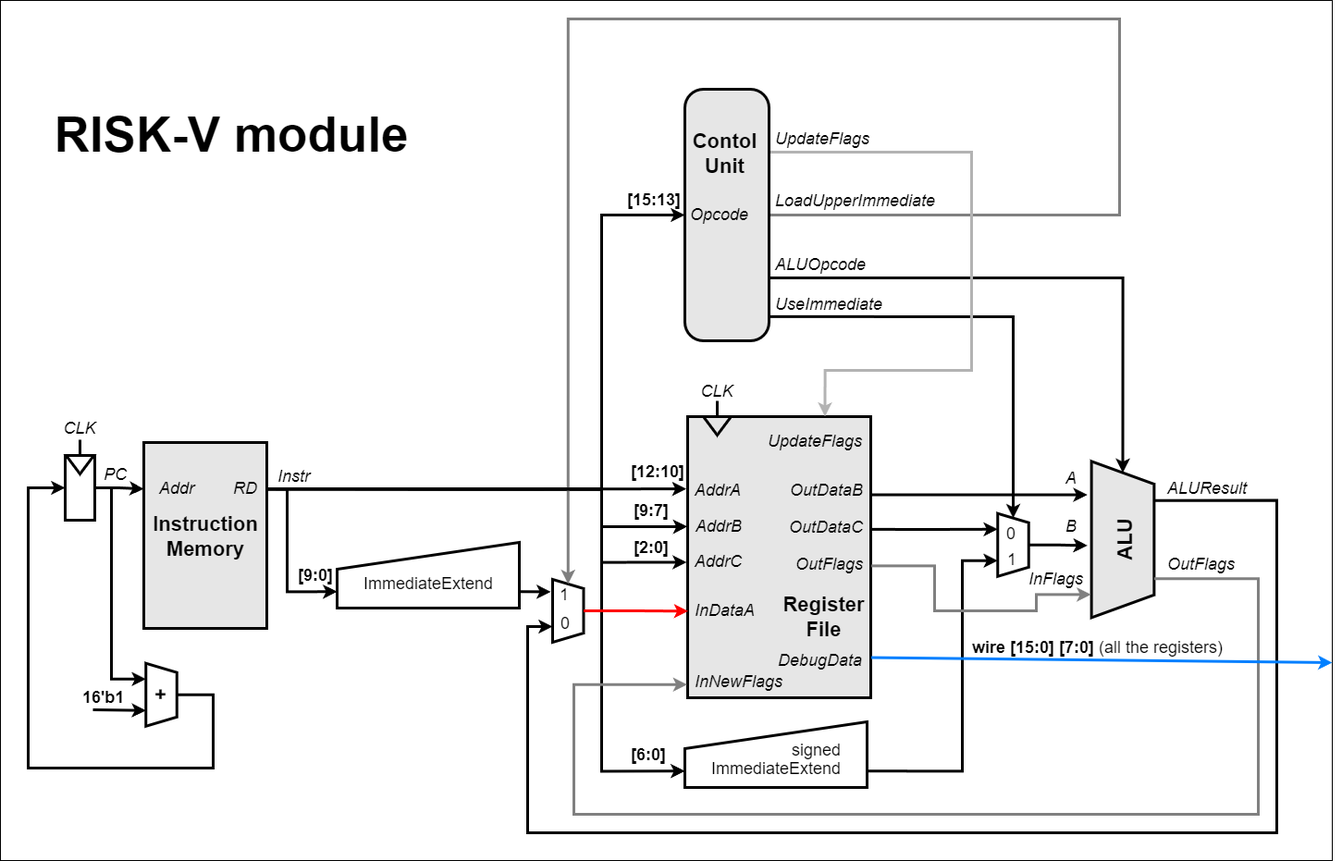
Earlier version of the draw.io export materials/diagram/diagram.png (superstudy160/RISC-V-i16-A-Project). Source tidied: cells renumbered, new cells last; positions are measured from the earlier drawing's top-left corner, leaving out a move shared by most shapes.
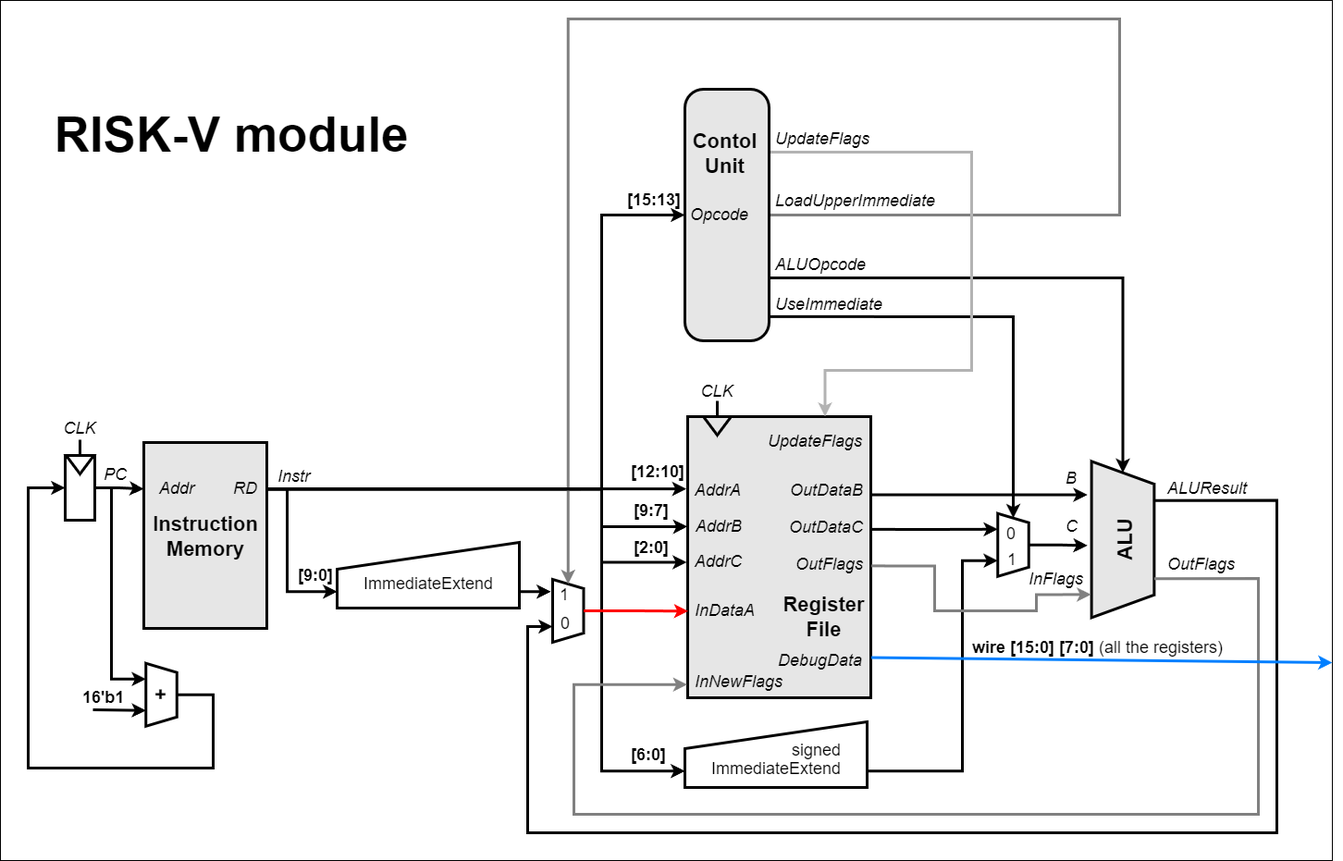
The same file after the commit.

Commit message:
Diagram updated according to new ALU code

The edit, as a diff of the source:
```diff
@@ -188,10 +188,10 @@
     <mxCell id="48" value="ALUResult" style="text;html=1;align=left;verticalAlign=middle;whiteSpace=wrap;rounded=0;fontSize=18;fontStyle=2;" parent="1" vertex="1">
       <mxGeometry x="1260" y="507.5" width="110" height="40" as="geometry" />
     </mxCell>
-    <mxCell id="49" value="A" style="text;html=1;align=left;verticalAlign=middle;whiteSpace=wrap;rounded=0;fontSize=18;fontStyle=2;" parent="1" vertex="1">
+    <mxCell id="49" value="B" style="text;html=1;align=left;verticalAlign=middle;whiteSpace=wrap;rounded=0;fontSize=18;fontStyle=2;" parent="1" vertex="1">
       <mxGeometry x="1150" y="497" width="20" height="40" as="geometry" />
     </mxCell>
-    <mxCell id="50" value="B" style="text;html=1;align=left;verticalAlign=middle;whiteSpace=wrap;rounded=0;fontSize=18;fontStyle=2;" parent="1" vertex="1">
+    <mxCell id="50" value="C" style="text;html=1;align=left;verticalAlign=middle;whiteSpace=wrap;rounded=0;fontSize=18;fontStyle=2;" parent="1" vertex="1">
       <mxGeometry x="1150" y="549" width="20" height="40" as="geometry" />
     </mxCell>
     <mxCell id="51" style="edgeStyle=orthogonalEdgeStyle;rounded=0;jettySize=auto;html=1;exitX=0.5;exitY=0;exitDx=0;exitDy=0;entryX=0.539;entryY=1.064;entryDx=0;entryDy=0;entryPerimeter=0;strokeWidth=3;" parent="1" edge="1" source="36" target="38">
```
